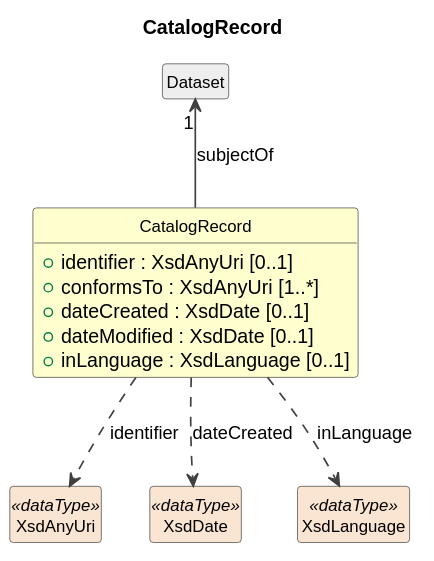
Before: build/plantuml/cdifCore/Classes/CatalogRecord.svg, a diagram exported from PlantUML (Cross-Domain-Interoperability-Framework/metadataBuildingBlocks). Its diagram source:
```plantuml
@startuml
title CatalogRecord
hide circle
hide empty members
skinparam shadowing false
skinparam ArrowThickness 1.2
skinparam class {
  ArrowColor #404040
  BorderColor #404040
  FontSize 12
}

class "CatalogRecord" as CatalogRecord #FEFECE {
  +identifier : XsdAnyUri [0..1]
  +conformsTo : XsdAnyUri [1..*]
  +dateCreated : XsdDate [0..1]
  +dateModified : XsdDate [0..1]
  +inLanguage : XsdLanguage [0..1]
}
class "Dataset" as Dataset #EEEEEE
Dataset "1" <-- CatalogRecord : subjectOf
class "XsdAnyUri" as XsdAnyUri <<dataType>> #FAE5D3
CatalogRecord ..> XsdAnyUri : identifier
class "XsdDate" as XsdDate <<dataType>> #FAE5D3
CatalogRecord ..> XsdDate : dateCreated
class "XsdLanguage" as XsdLanguage <<dataType>> #FAE5D3
CatalogRecord ..> XsdLanguage : inLanguage
@enduml
```
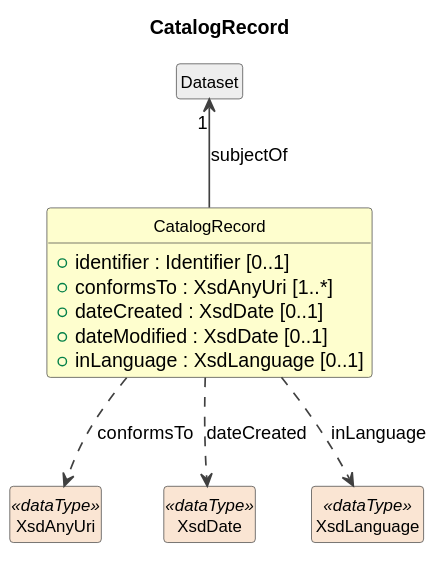
The same diagram one commit later.

Diff of the diagram source:
```diff
@@ -11,7 +11,7 @@
 }
 
 class "CatalogRecord" as CatalogRecord #FEFECE {
-  +identifier : XsdAnyUri [0..1]
+  +identifier : Identifier [0..1]
   +conformsTo : XsdAnyUri [1..*]
   +dateCreated : XsdDate [0..1]
   +dateModified : XsdDate [0..1]
@@ -20,7 +20,7 @@
 class "Dataset" as Dataset #EEEEEE
 Dataset "1" <-- CatalogRecord : subjectOf
 class "XsdAnyUri" as XsdAnyUri <<dataType>> #FAE5D3
-CatalogRecord ..> XsdAnyUri : identifier
+CatalogRecord ..> XsdAnyUri : conformsTo
 class "XsdDate" as XsdDate <<dataType>> #FAE5D3
 CatalogRecord ..> XsdDate : dateCreated
 class "XsdLanguage" as XsdLanguage <<dataType>> #FAE5D3
```
